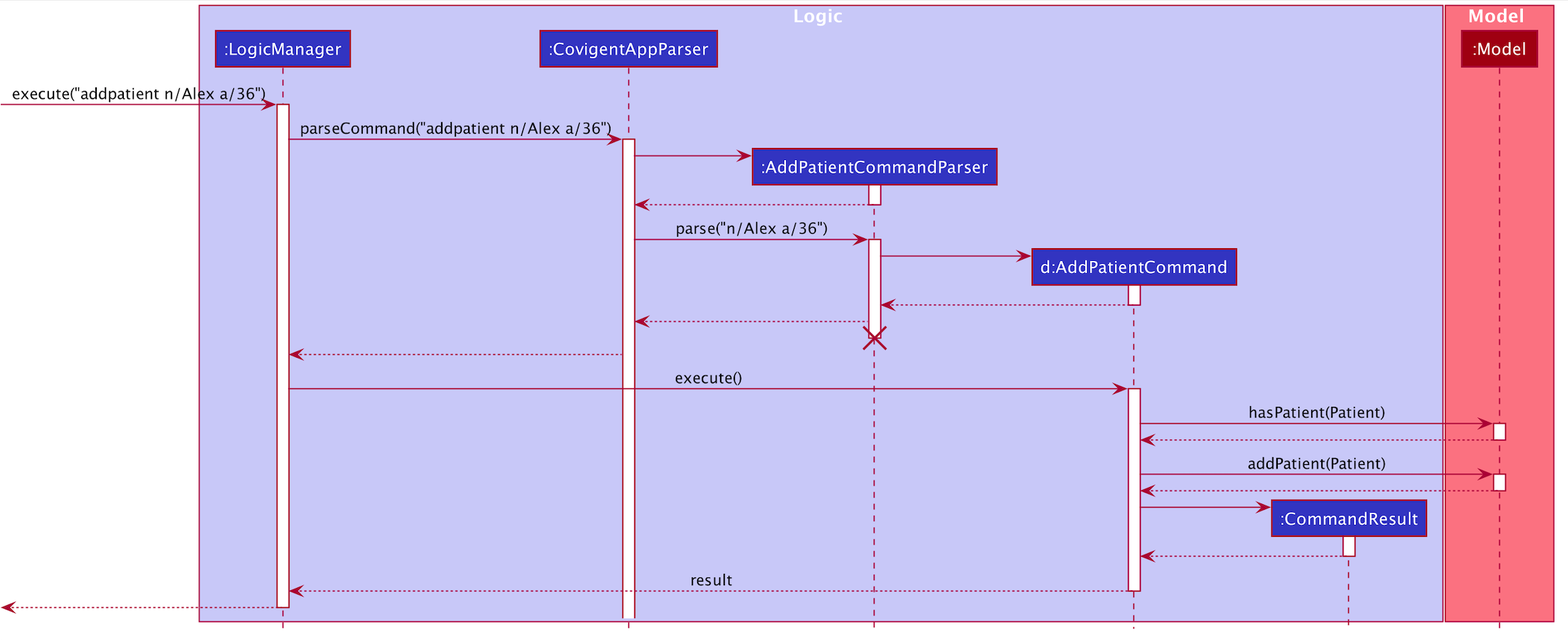
The PlantUML diagram docs/images/AddPatientSequenceDiagram.png in w-yeehong/tp, before a commit. Its source is kept beside it as docs/diagrams/AddPatientSequenceDiagram.puml. The source it was exported from:
```plantuml
@startuml
!include style.puml

box Logic LOGIC_COLOR_T1
participant ":LogicManager" as LogicManager LOGIC_COLOR
participant ":CovigentAppParser" as CovigentAppParser LOGIC_COLOR
participant ":AddPatientCommandParser" as AddPatientCommandParser LOGIC_COLOR
participant "d:AddPatientCommand" as AddPatientCommand LOGIC_COLOR
participant ":CommandResult" as CommandResult LOGIC_COLOR
end box

box Model MODEL_COLOR_T1
participant ":Model" as Model MODEL_COLOR
end box

[-> LogicManager : execute("addpatient n/Alex a/36")
activate LogicManager

LogicManager -> CovigentAppParser : parseCommand("addpatient n/Alex a/36")
activate CovigentAppParser

create AddPatientCommandParser
CovigentAppParser -> AddPatientCommandParser
activate AddPatientCommandParser

AddPatientCommandParser --> CovigentAppParser
deactivate AddPatientCommandParser

CovigentAppParser -> AddPatientCommandParser : parse("n/Alex a/36")
activate AddPatientCommandParser

create AddPatientCommand
AddPatientCommandParser -> AddPatientCommand
activate AddPatientCommand


AddPatientCommand --> AddPatientCommandParser :
deactivate AddPatientCommand

AddPatientCommandParser --> CovigentAppParser :
deactivate DeleteCommandParser
AddPatientCommandParser -[hidden]-> CovigentAppParser
destroy AddPatientCommandParser

CovigentAppParser --> LogicManager :
deactivate AddressBookParser

LogicManager -> AddPatientCommand : execute()
activate AddPatientCommand

AddPatientCommand -> Model : hasPatient(Patient)
activate Model

Model --> AddPatientCommand
deactivate Model

AddPatientCommand -> Model : addPatient(Patient)
activate Model

Model --> AddPatientCommand
deactivate Model

create CommandResult
AddPatientCommand -> CommandResult
activate CommandResult

CommandResult --> AddPatientCommand
deactivate CommandResult

AddPatientCommand --> LogicManager : result
deactivate AddPatientCommand

[<--LogicManager
deactivate LogicManager
@enduml
```
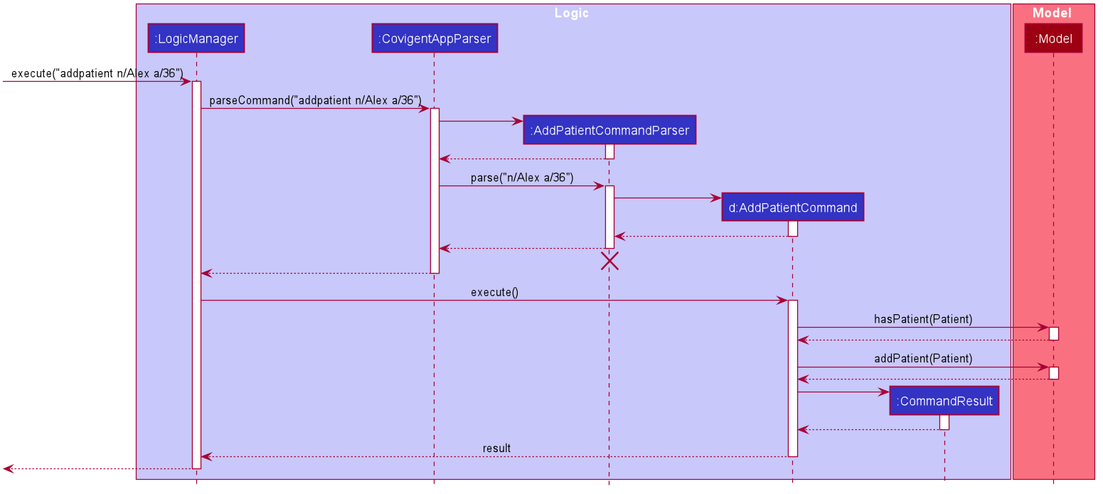
The same file after the commit.

Commit message:
Add in diagram for allocateroom

What changed in the source:
```diff
@@ -38,12 +38,12 @@
 deactivate AddPatientCommand
 
 AddPatientCommandParser --> CovigentAppParser :
-deactivate DeleteCommandParser
+deactivate AddPatientCommandParser
 AddPatientCommandParser -[hidden]-> CovigentAppParser
 destroy AddPatientCommandParser
 
 CovigentAppParser --> LogicManager :
-deactivate AddressBookParser
+deactivate CovigentAppParser
 
 LogicManager -> AddPatientCommand : execute()
 activate AddPatientCommand
```
